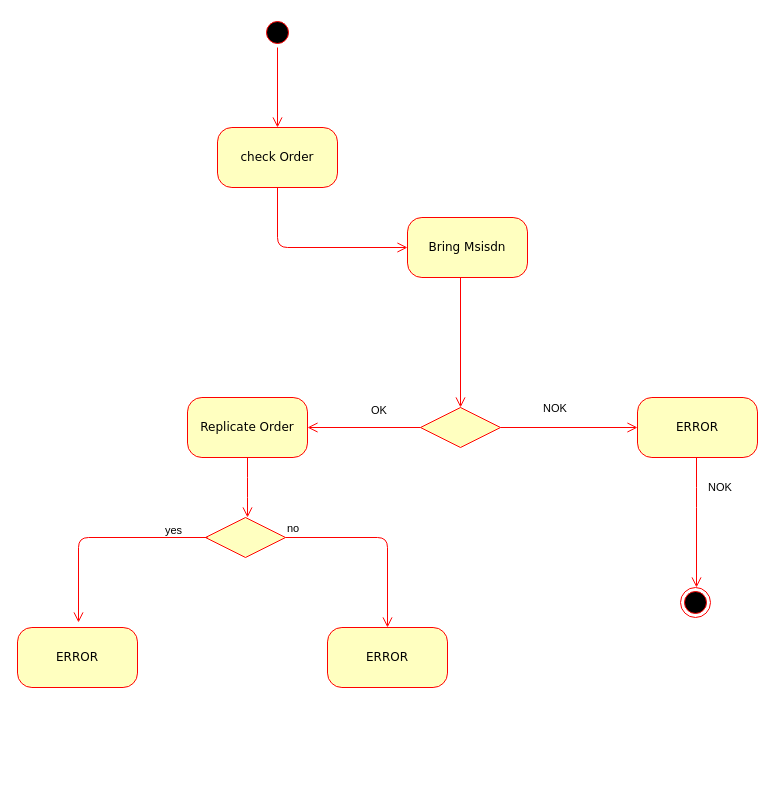
Earlier version of the draw.io diagram page "order-process" (3 of 3) of SeqDiagram-CX-VOO-CDC.drawio (MudBloodArchitekt/draw.io). Source tidied: cells renumbered, new cells numbered last; positions are measured from the earlier drawing's top-left corner, leaving out a move shared by most shapes. Both pictures are drawn from the tidied source at 100%, with x=0, y=0 at pixel (17, 17).
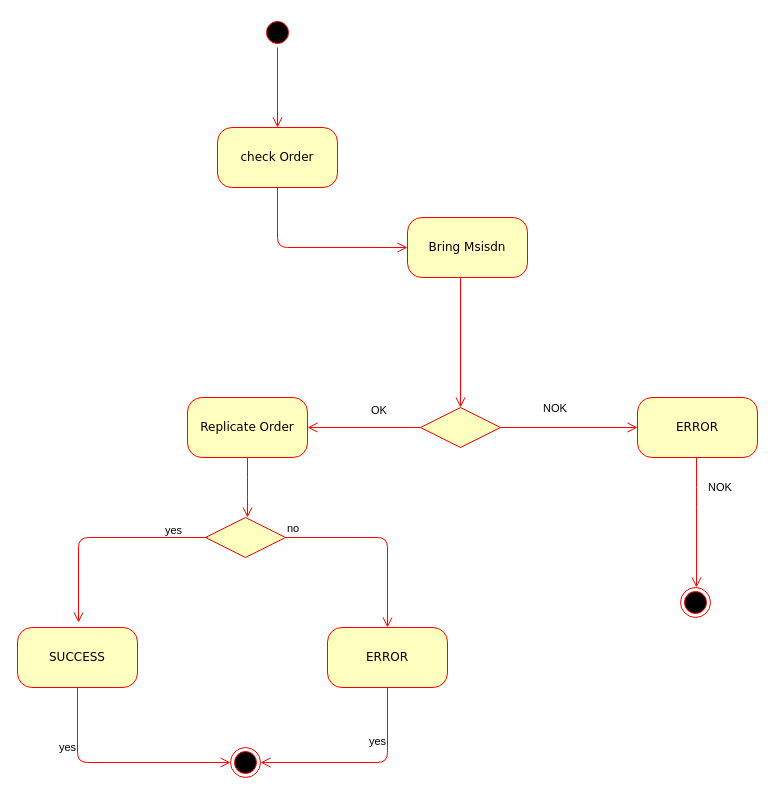
Above is the later version.

Unchanged cells that the change refers to:
```xml
<mxCell id="16" value="ERROR" style="rounded=1;whiteSpace=wrap;html=1;arcSize=24;fillColor=#ffffc0;strokeColor=#ff0000;shadow=0;comic=0;labelBackgroundColor=none;fontFamily=Verdana;fontSize=12;fontColor=#000000;align=center;" parent="1" vertex="1">
  <mxGeometry x="310" y="610" width="120" height="60" as="geometry" />
</mxCell>
```

What changed in the source:
```diff
@@
-    <mxCell id="15" value="ERROR" style="rounded=1;whiteSpace=wrap;html=1;arcSize=24;fillColor=#ffffc0;strokeColor=#ff0000;shadow=0;comic=0;labelBackgroundColor=none;fontFamily=Verdana;fontSize=12;fontColor=#000000;align=center;" parent="1" vertex="1">
+    <mxCell id="15" value="SUCCESS" style="rounded=1;whiteSpace=wrap;html=1;arcSize=24;fillColor=#ffffc0;strokeColor=#ff0000;shadow=0;comic=0;labelBackgroundColor=none;fontFamily=Verdana;fontSize=12;fontColor=#000000;align=center;" parent="1" vertex="1">
       <mxGeometry y="610" width="120" height="60" as="geometry" />
     </mxCell>
@@
+    <mxCell id="21" style="ellipse;html=1;shape=endState;fillColor=#000000;strokeColor=#ff0000;rounded=1;shadow=0;comic=0;labelBackgroundColor=none;fontFamily=Verdana;fontSize=12;fontColor=#000000;align=center;" parent="1" vertex="1">
+      <mxGeometry x="213" y="730" width="30" height="30" as="geometry" />
+    </mxCell>
+    <mxCell id="22" value="yes" style="edgeStyle=orthogonalEdgeStyle;html=1;align=left;verticalAlign=top;endArrow=open;endSize=8;strokeColor=#ff0000;entryX=0;entryY=0.5;entryDx=0;entryDy=0;exitX=0.5;exitY=1;exitDx=0;exitDy=0;" parent="1" edge="1" source="15" target="21">
+      <mxGeometry x="-0.59" y="-20" relative="1" as="geometry">
+        <Array as="points">
+          <mxPoint x="60" y="745" />
+        </Array>
+      </mxGeometry>
+    </mxCell>
+    <mxCell id="23" value="yes" style="edgeStyle=orthogonalEdgeStyle;html=1;align=left;verticalAlign=top;endArrow=open;endSize=8;strokeColor=#ff0000;exitX=0.5;exitY=1;exitDx=0;exitDy=0;entryX=1;entryY=0.5;entryDx=0;entryDy=0;" parent="1" edge="1" source="16" target="21">
+      <mxGeometry x="-0.59" y="-20" relative="1" as="geometry">
+        <Array as="points">
+          <mxPoint x="370" y="745" />
+        </Array>
+      </mxGeometry>
+    </mxCell>
```
